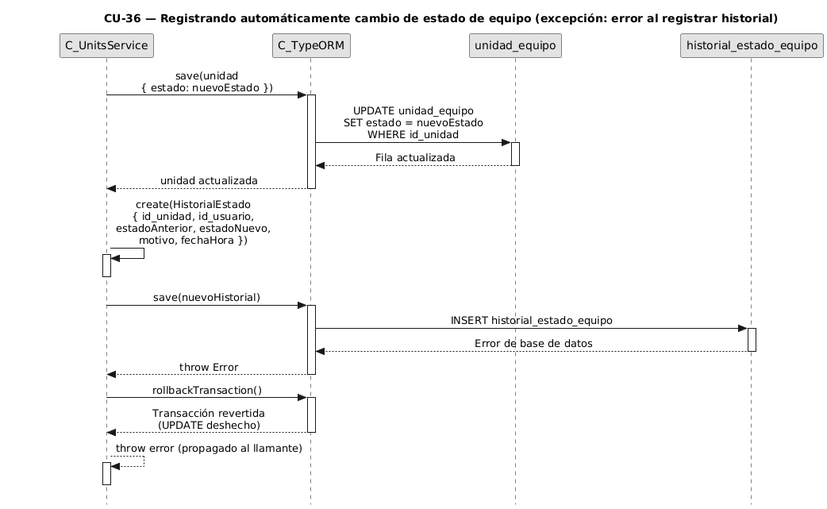
Before: diagramas-secuencia/CU36/CU36-exc-error-historial.png, a diagram exported from PlantUML (FSM-Finet-y-Cable-Magico/Team_1-Inventario-y-Bodega).
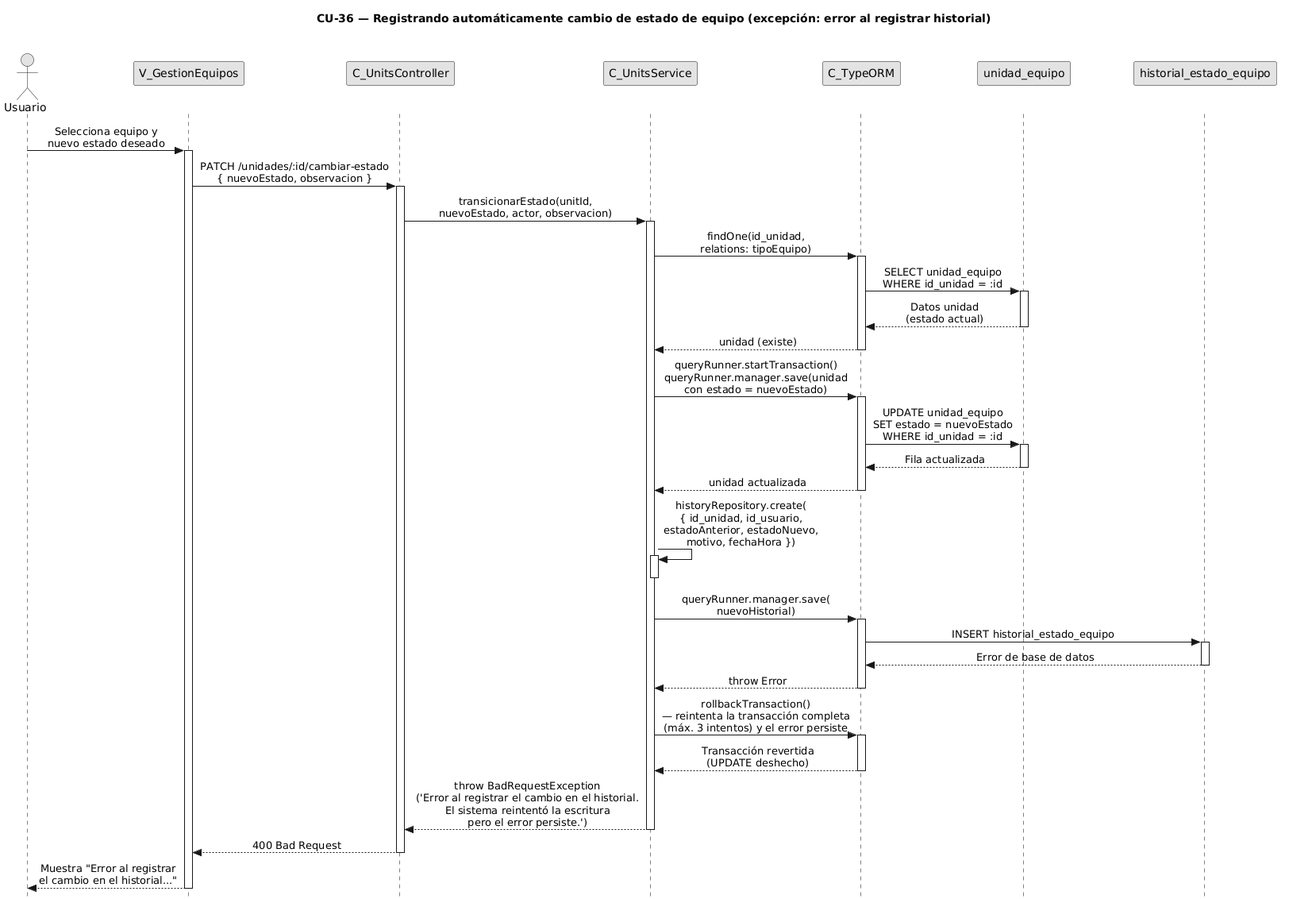
Above is the later version.

What changed in the source:
```diff
@@ -5,23 +5,54 @@
 skinparam monochrome true
 skinparam shadowing false
 skinparam sequenceMessageAlign center
-skinparam ParticipantPadding 70
-skinparam ActorPadding 30
+<style>
+sequenceDiagram {
+  participant {
+    Margin 35
+  }
+  actor {
+    Margin 15
+  }
+}
+</style>
 skinparam sequence {
   MessageAlign center
   LifeLineBorderColor black
 }
 hide footbox
 
+actor "Usuario" as user
+participant "V_GestionEquipos" as view
+participant "C_UnitsController" as ctrl
 participant "C_UnitsService" as svc
 participant "C_TypeORM" as orm
 participant "unidad_equipo" as uent
 participant "historial_estado_equipo" as hent
 
-svc -> orm : save(unidad\n{ estado: nuevoEstado })
+user -> view : Selecciona equipo y\nnuevo estado deseado
+activate view
+
+view -> ctrl : PATCH /unidades/:id/cambiar-estado\n{ nuevoEstado, observacion }
+activate ctrl
+
+ctrl -> svc : transicionarEstado(unitId,\nnuevoEstado, actor, observacion)
+activate svc
+
+svc -> orm : findOne(id_unidad,\nrelations: tipoEquipo)
 activate orm
 
-orm -> uent : UPDATE unidad_equipo\nSET estado = nuevoEstado\nWHERE id_unidad
+orm -> uent : SELECT unidad_equipo\nWHERE id_unidad = :id
+activate uent
+uent --> orm : Datos unidad\n(estado actual)
+deactivate uent
+
+orm --> svc : unidad (existe)
+deactivate orm
+
+svc -> orm : queryRunner.startTransaction()\nqueryRunner.manager.save(unidad\ncon estado = nuevoEstado)
+activate orm
+
+orm -> uent : UPDATE unidad_equipo\nSET estado = nuevoEstado\nWHERE id_unidad = :id
 activate uent
 uent --> orm : Fila actualizada
 deactivate uent
@@ -29,11 +60,11 @@
 orm --> svc : unidad actualizada
 deactivate orm
 
-svc -> svc : create(HistorialEstado\n{ id_unidad, id_usuario,\nestadoAnterior, estadoNuevo,\nmotivo, fechaHora })
+svc -> svc : historyRepository.create(\n{ id_unidad, id_usuario,\nestadoAnterior, estadoNuevo,\nmotivo, fechaHora })
 activate svc
 deactivate svc
 
-svc -> orm : save(nuevoHistorial)
+svc -> orm : queryRunner.manager.save(\nnuevoHistorial)
 activate orm
 
 orm -> hent : INSERT historial_estado_equipo
@@ -44,13 +75,18 @@
 orm --> svc : throw Error
 deactivate orm
 
-svc -> orm : rollbackTransaction()
+svc -> orm : rollbackTransaction()\n— reintenta la transacción completa\n(máx. 3 intentos) y el error persiste
 activate orm
 orm --> svc : Transacción revertida\n(UPDATE deshecho)
 deactivate orm
 
-svc --> svc : throw error (propagado al llamante)
-activate svc
+svc --> ctrl : throw BadRequestException\n('Error al registrar el cambio en el historial.\nEl sistema reintentó la escritura\npero el error persiste.')
 deactivate svc
 
+ctrl --> view : 400 Bad Request
+deactivate ctrl
+
+view --> user : Muestra "Error al registrar\nel cambio en el historial..."
+deactivate view
+
 @enduml
```
